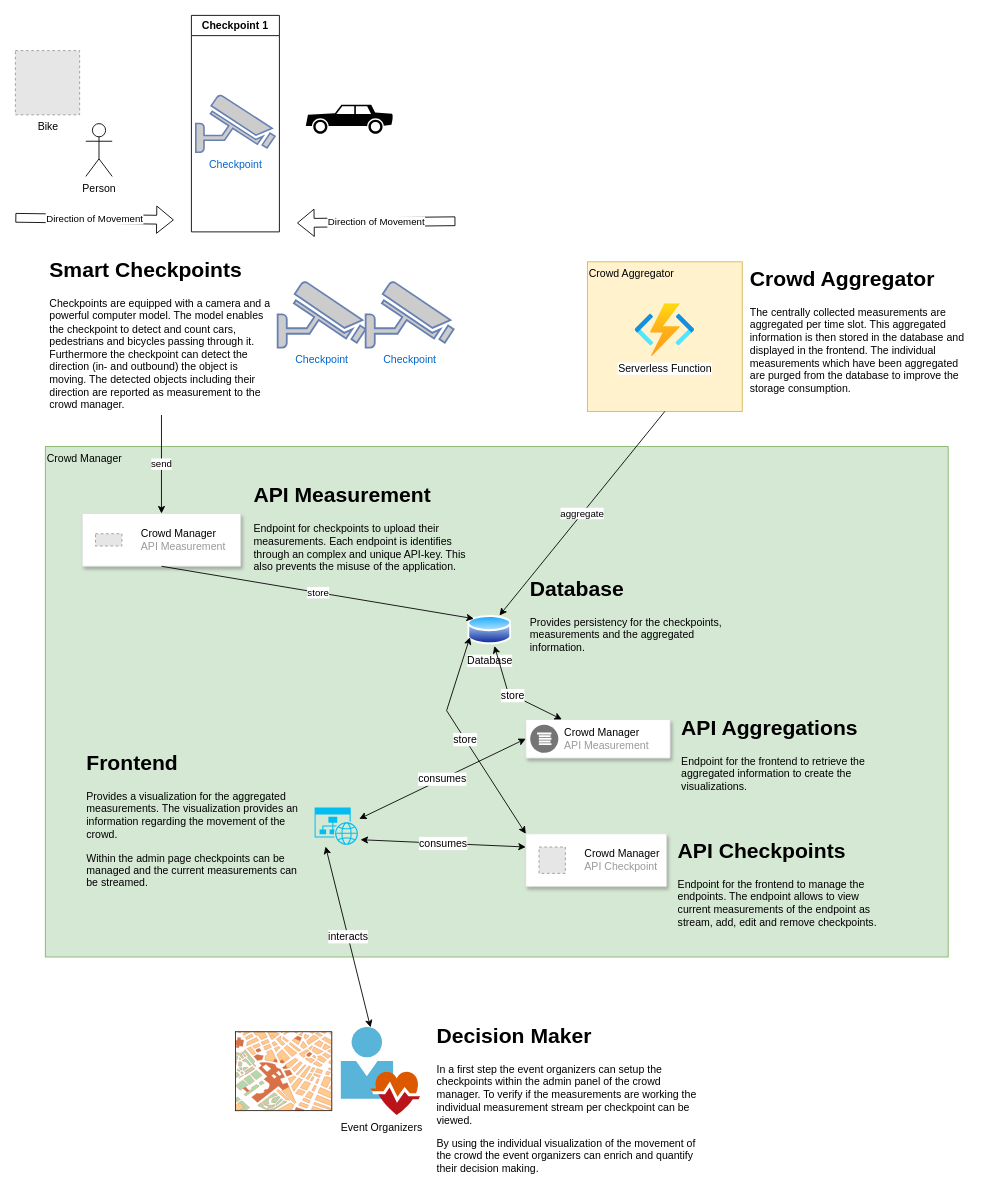
The draw.io diagram page "Schematic Visualisation" (1 of 10) of Documentation/infrastructure.drawio in jimmylevell/crowd-overview, before the edit. Source tidied: cells renumbered, new cells numbered last; positions are measured from the earlier drawing's top-left corner, leaving out a move shared by most shapes. Both pictures are drawn from the tidied source at 88%, with x=0, y=0 at pixel (15, 15). Pictures stored in the file or linked from it are replaced by grey dashed boxes.
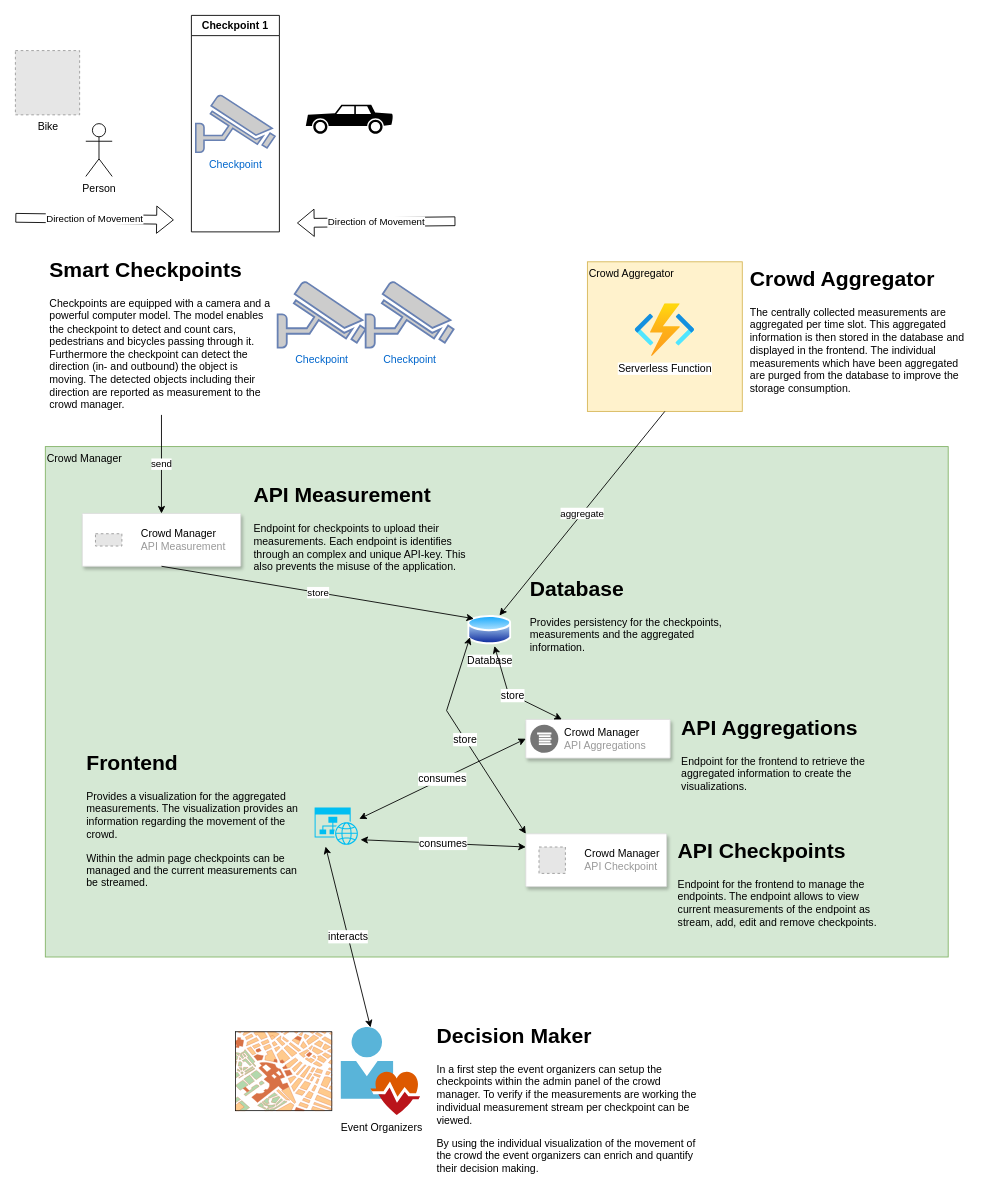
Above is the later version.

The change refers to these unchanged cells:
```xml
<mxCell id="20" style="strokeColor=#dddddd;shadow=1;strokeWidth=1;rounded=1;absoluteArcSize=1;arcSize=2;fontSize=12;" parent="1" vertex="1">
  <mxGeometry x="580" y="800" width="164" height="44" as="geometry" />
</mxCell>
```

What changed in the source:
```diff
@@
-    <mxCell id="21" value="&lt;font color=&quot;#000000&quot;&gt;Crowd Manager&lt;/font&gt;&lt;br style=&quot;color: rgb(153, 153, 153);&quot;&gt;&lt;span style=&quot;color: rgb(153, 153, 153); background-color: rgb(255, 255, 255);&quot;&gt;API Measurement&lt;/span&gt;" style="sketch=0;dashed=0;html=1;fillColor=#757575;strokeColor=none;shape=mxgraph.gcp2.logs_api;labelPosition=right;verticalLabelPosition=middle;align=left;verticalAlign=middle;spacingLeft=5;fontSize=12;" parent="20" vertex="1">
+    <mxCell id="21" value="&lt;font color=&quot;#000000&quot;&gt;Crowd Manager&lt;/font&gt;&lt;br style=&quot;color: rgb(153, 153, 153);&quot;&gt;&lt;span style=&quot;color: rgb(153, 153, 153); background-color: rgb(255, 255, 255);&quot;&gt;API Aggregations&lt;/span&gt;" style="sketch=0;dashed=0;html=1;fillColor=#757575;strokeColor=none;shape=mxgraph.gcp2.logs_api;labelPosition=right;verticalLabelPosition=middle;align=left;verticalAlign=middle;spacingLeft=5;fontSize=12;" parent="20" vertex="1">
       <mxGeometry y="0.5" width="32" height="32" relative="1" as="geometry">
         <mxPoint x="5" y="-16" as="offset" />
       </mxGeometry>
     </mxCell>
```
